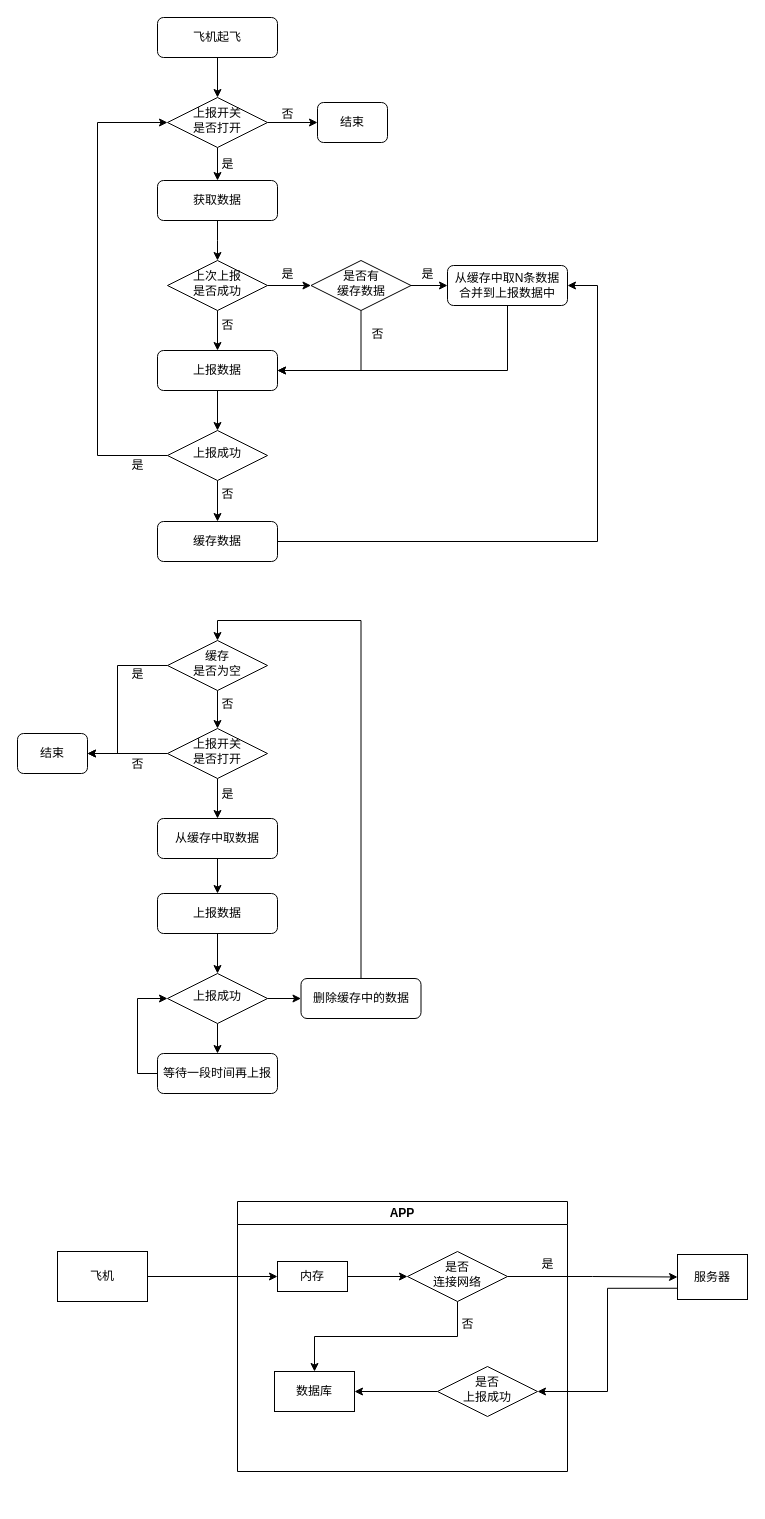
Before: 动态数据报送.drawio in xubinlu/AndroidNDK, a draw.io diagram. Source tidied: cells renumbered, new cells numbered last; positions are measured from the earlier drawing's top-left corner, leaving out a move shared by most shapes. Both pictures are drawn from the tidied source at 100%, with x=0, y=0 at pixel (17, 17).
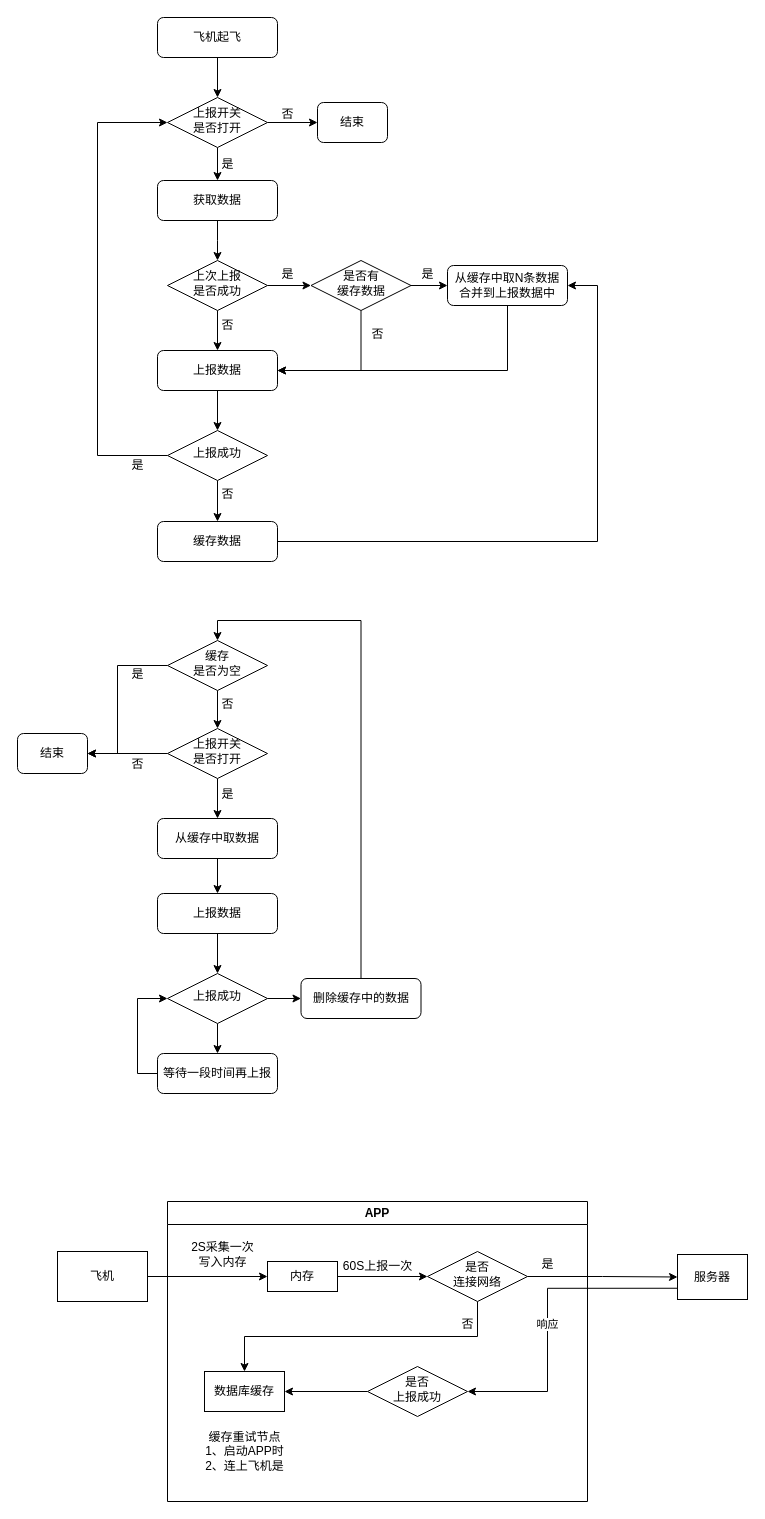
Above is the later version.

Commit message:
更新动态数据报送.drawio

The change refers to these unchanged cells:
```xml
<mxCell id="62" value="是否&lt;br&gt;上报成功" style="rhombus;whiteSpace=wrap;html=1;shadow=0;fontFamily=Helvetica;fontSize=12;align=center;strokeWidth=1;spacing=6;spacingTop=-4;" parent="55" vertex="1">
  <mxGeometry x="200" y="165" width="100" height="50" as="geometry" />
</mxCell>
<mxCell id="66" value="服务器" style="rounded=0;whiteSpace=wrap;html=1;" parent="1" vertex="1">
  <mxGeometry x="660" y="1237" width="70" height="45" as="geometry" />
</mxCell>
```

Change to the diagram source:
```diff
@@
     <mxCell id="55" value="APP" style="swimlane;whiteSpace=wrap;html=1;" parent="1" vertex="1">
-      <mxGeometry x="220" y="1184" width="330" height="270" as="geometry" />
+      <mxGeometry x="150" y="1184" width="420" height="300" as="geometry" />
     </mxCell>
@@
     <mxCell id="57" value="内存" style="rounded=0;whiteSpace=wrap;html=1;" parent="55" vertex="1">
-      <mxGeometry x="40" y="60" width="70" height="30" as="geometry" />
+      <mxGeometry x="100" y="60" width="70" height="30" as="geometry" />
     </mxCell>
@@
     <mxCell id="59" value="是否&lt;br&gt;连接网络" style="rhombus;whiteSpace=wrap;html=1;shadow=0;fontFamily=Helvetica;fontSize=12;align=center;strokeWidth=1;spacing=6;spacingTop=-4;" parent="55" vertex="1">
-      <mxGeometry x="170" y="50" width="100" height="50" as="geometry" />
+      <mxGeometry x="260" y="50" width="100" height="50" as="geometry" />
     </mxCell>
-    <mxCell id="60" value="数据库" style="rounded=0;whiteSpace=wrap;html=1;" parent="55" vertex="1">
+    <mxCell id="60" value="数据库缓存" style="rounded=0;whiteSpace=wrap;html=1;" parent="55" vertex="1">
       <mxGeometry x="37" y="170" width="80" height="40" as="geometry" />
     </mxCell>
@@
+    <mxCell id="70" value="2S采集一次&lt;br&gt;写入内存" style="text;html=1;align=center;verticalAlign=middle;strokeColor=none;fillColor=none;" parent="55" vertex="1">
+      <mxGeometry x="10" y="33" width="90" height="40" as="geometry" />
+    </mxCell>
+    <mxCell id="71" value="缓存重试节点&lt;br&gt;1、启动APP时&lt;br&gt;2、连上飞机是" style="text;html=1;align=center;verticalAlign=middle;strokeColor=none;fillColor=none;" parent="55" vertex="1">
+      <mxGeometry x="27" y="220" width="100" height="60" as="geometry" />
+    </mxCell>
+    <mxCell id="72" value="60S上报一次" style="text;html=1;align=center;verticalAlign=middle;strokeColor=none;fillColor=none;" parent="55" vertex="1">
+      <mxGeometry x="165" y="50" width="90" height="30" as="geometry" />
+    </mxCell>
@@
     <mxCell id="65" style="edgeStyle=orthogonalEdgeStyle;rounded=0;jettySize=auto;html=1;exitX=0;exitY=0.75;exitDx=0;exitDy=0;entryX=1;entryY=0.5;entryDx=0;entryDy=0;" parent="1" edge="1" source="66" target="62">
-      <mxGeometry relative="1" as="geometry" />
+      <mxGeometry relative="1" as="geometry">
+        <Array as="points">
+          <mxPoint x="530" y="1271" />
+          <mxPoint x="530" y="1374" />
+        </Array>
+      </mxGeometry>
     </mxCell>
+    <mxCell id="73" value="响应" style="edgeLabel;html=1;align=center;verticalAlign=middle;" parent="65" vertex="1">
+      <mxGeometry x="0.06" y="-1" relative="1" as="geometry" />
+    </mxCell>
```
